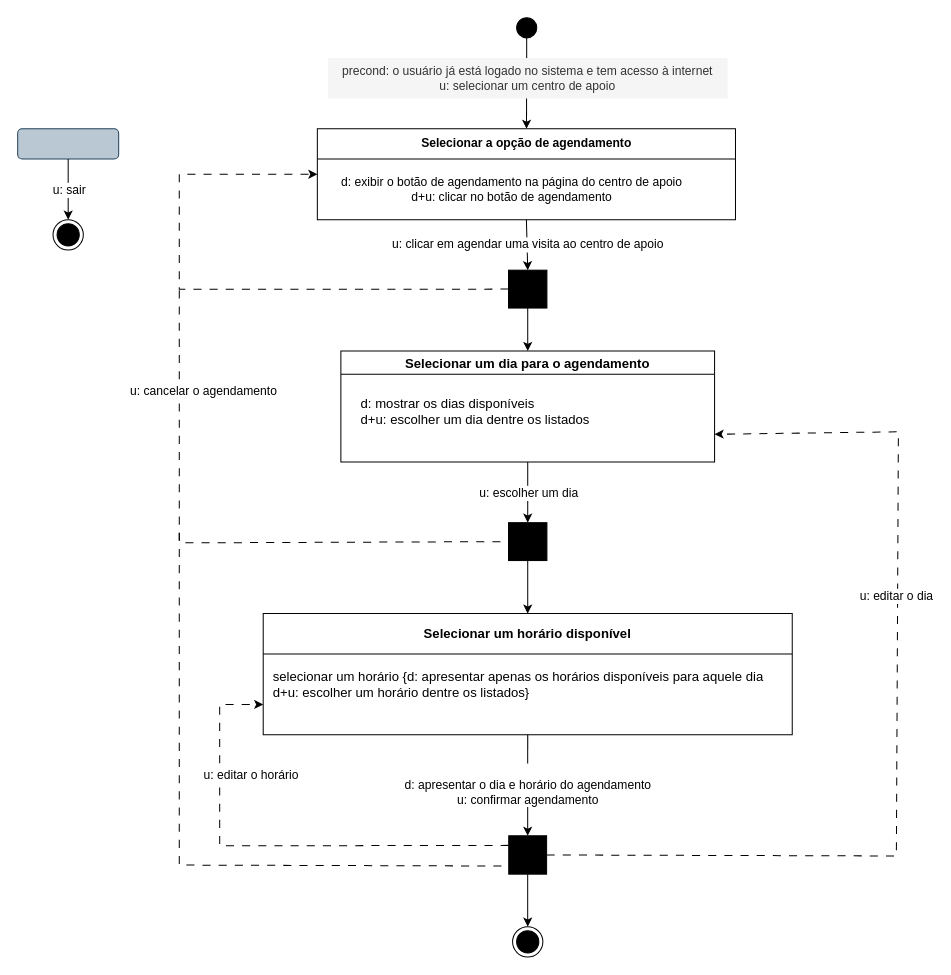
Above: tp ihc - modelagem de interação agendamento.drawio in manuelamfo/TP-IHC-2024-2 (draw.io), before the change. Source tidied: cells renumbered, new cells numbered last; positions are measured from the earlier drawing's top-left corner, leaving out a move shared by most shapes. Both pictures are drawn from the tidied source at 101%, with x=0, y=0 at pixel (17, 17).
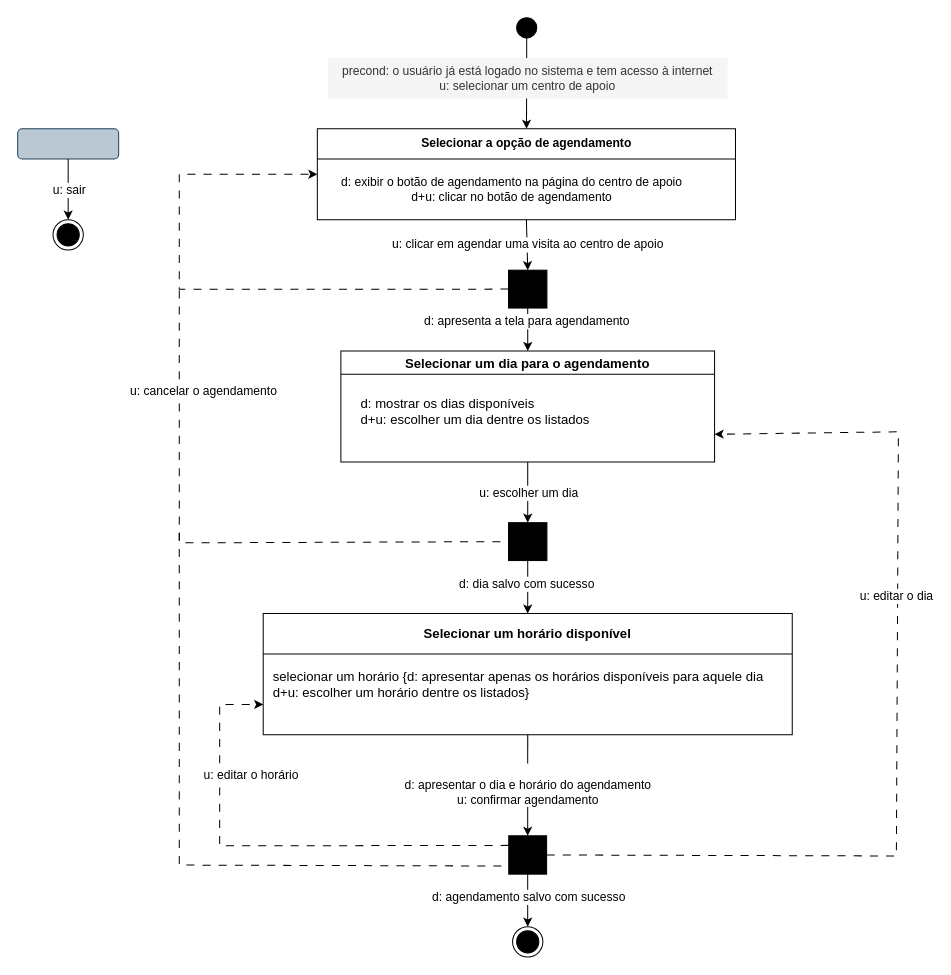
The same diagram, later.

What changed in the source:
```diff
@@
+    <mxCell id="36" value="d: apresenta a tela para agendamento" style="edgeLabel;html=1;align=center;verticalAlign=middle;fontSize=12;" parent="1" vertex="1">
+      <mxGeometry x="503.7" y="300" as="geometry" />
+    </mxCell>
+    <mxCell id="37" value="d: dia salvo com sucesso" style="edgeLabel;html=1;align=center;verticalAlign=middle;fontSize=12;" parent="1" vertex="1">
+      <mxGeometry x="503.7" y="560" as="geometry" />
+    </mxCell>
+    <mxCell id="38" value="&lt;div&gt;d: agendamento salvo com sucesso&lt;/div&gt;" style="edgeLabel;html=1;align=center;verticalAlign=middle;fontSize=12;" parent="1" vertex="1">
+      <mxGeometry x="505" y="870" as="geometry" />
+    </mxCell>
```
